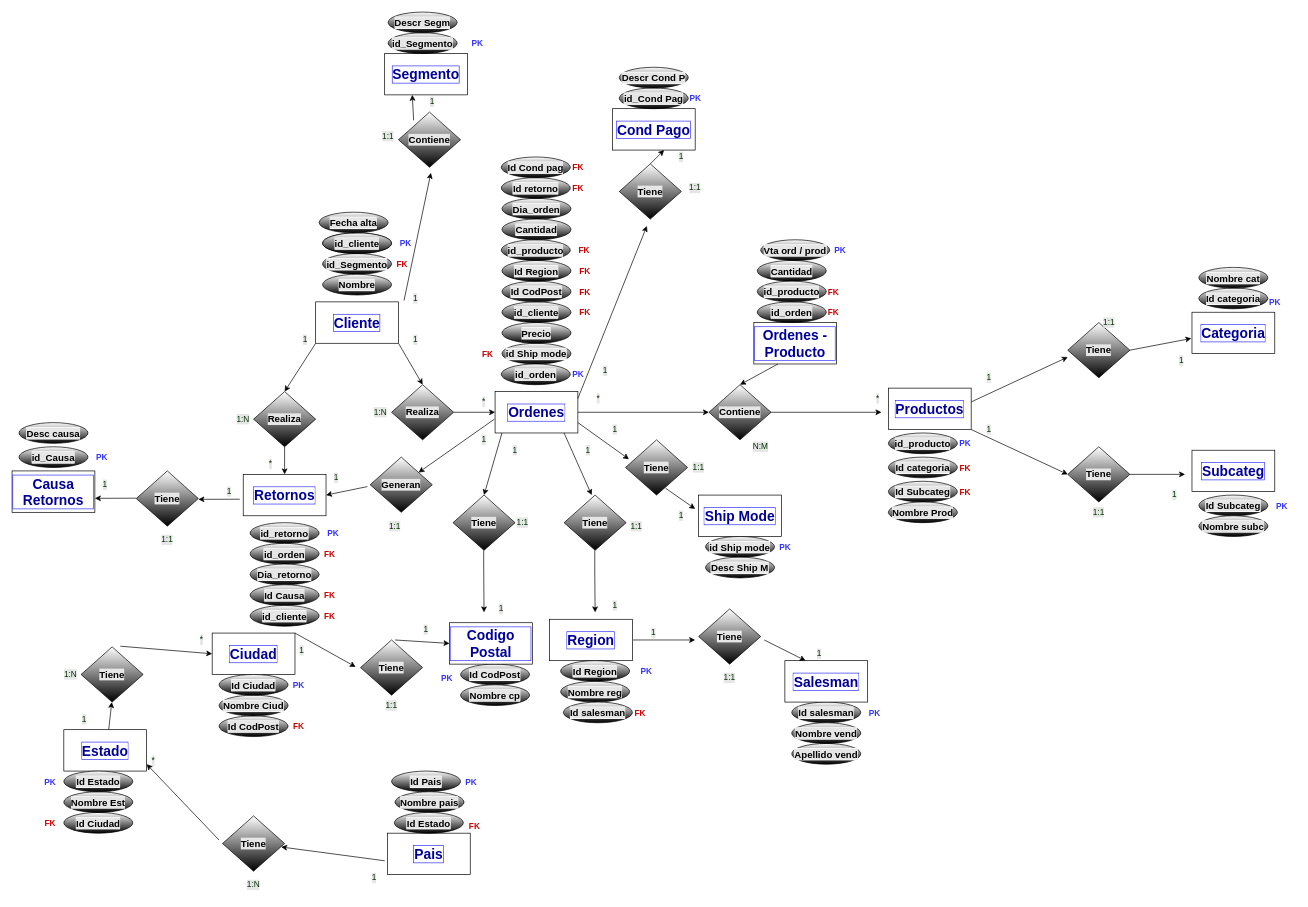
Before: DER + Diego Muro updated.drawio in DiegoGMuro/SQL-1er-Preentrega, a draw.io diagram. Source tidied: cells renumbered, new cells numbered last; positions are measured from the earlier drawing's top-left corner, leaving out a move shared by most shapes. Both pictures are drawn from the tidied source at 69%, with x=0, y=0 at pixel (12, 12).
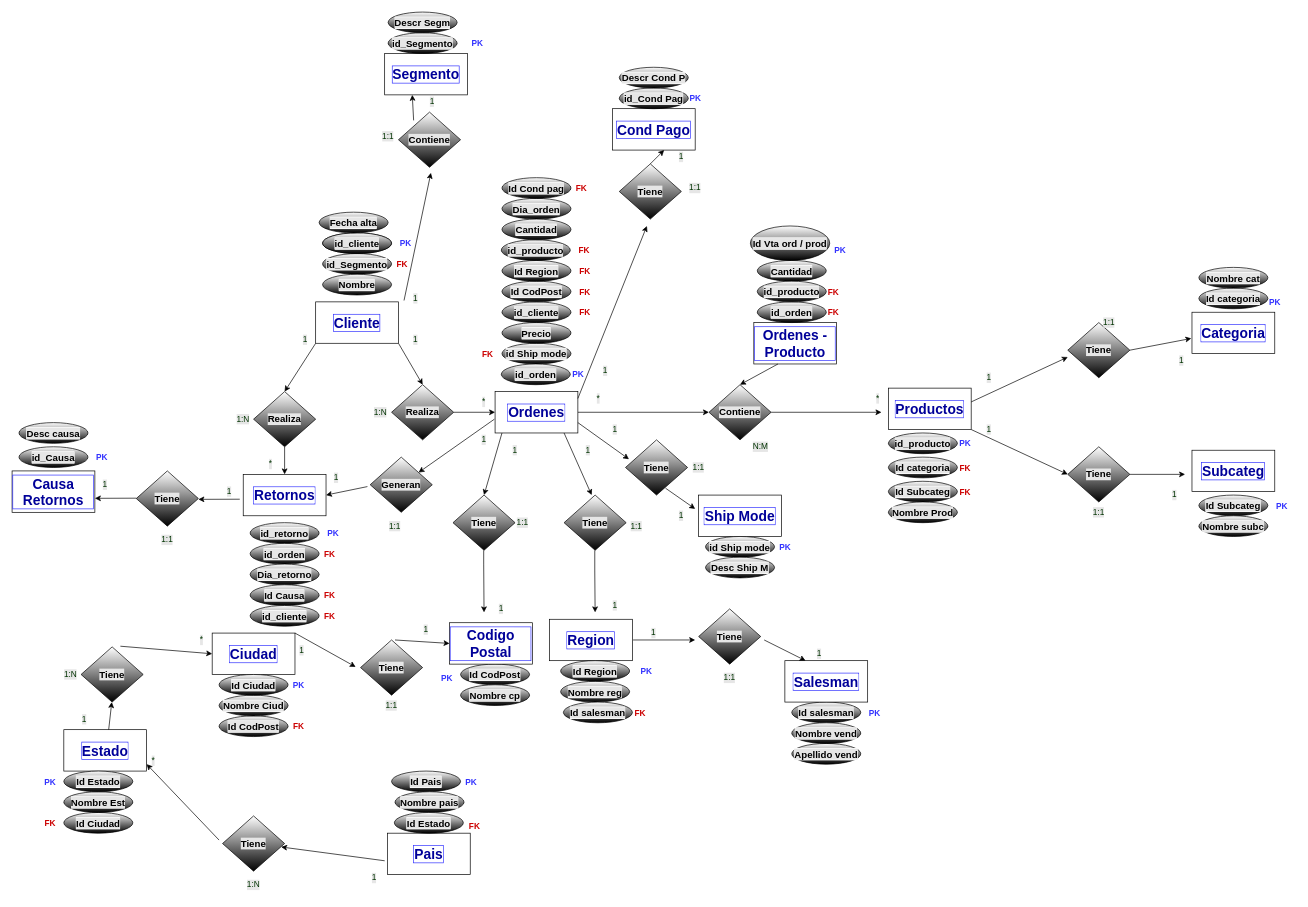
The same diagram, later.

The edit, as a diff of the source:
```diff
@@
-    <mxCell id="121" value="&lt;b&gt;&lt;font style=&quot;font-size: 14px; background-color: rgb(230, 230, 230);&quot;&gt;Id retorno&lt;/font&gt;&lt;/b&gt;" style="ellipse;whiteSpace=wrap;html=1;labelBackgroundColor=#FFFFFF;fontSize=15;fontColor=#000000;fillColor=#FFFFFF;gradientColor=default;" parent="1" vertex="1">
-      <mxGeometry x="709" y="240" width="100" height="30" as="geometry" />
-    </mxCell>
-    <mxCell id="122" value="&lt;b&gt;&lt;font color=&quot;#cc0000&quot; style=&quot;font-size: 12px;&quot;&gt;FK&lt;/font&gt;&lt;/b&gt;" style="text;html=1;align=center;verticalAlign=middle;strokeColor=none;fillColor=none;fontSize=14;fontColor=#000000;" parent="1" vertex="1">
-      <mxGeometry x="800" y="240" width="40" height="30" as="geometry" />
-    </mxCell>
     <mxCell id="123" value="&lt;b&gt;&lt;font style=&quot;font-size: 14px; background-color: rgb(230, 230, 230);&quot;&gt;Id Cond pag&lt;/font&gt;&lt;/b&gt;" style="ellipse;whiteSpace=wrap;html=1;labelBackgroundColor=#FFFFFF;fontSize=15;fontColor=#000000;fillColor=#FFFFFF;gradientColor=default;" parent="1" vertex="1">
-      <mxGeometry x="709" y="210" width="100" height="30" as="geometry" />
+      <mxGeometry x="710" y="240" width="100" height="30" as="geometry" />
     </mxCell>
     <mxCell id="124" value="&lt;b&gt;&lt;font color=&quot;#cc0000&quot; style=&quot;font-size: 12px;&quot;&gt;FK&lt;/font&gt;&lt;/b&gt;" style="text;html=1;align=center;verticalAlign=middle;strokeColor=none;fillColor=none;fontSize=14;fontColor=#000000;" parent="1" vertex="1">
-      <mxGeometry x="800" y="210" width="40" height="30" as="geometry" />
+      <mxGeometry x="805" y="240" width="40" height="30" as="geometry" />
     </mxCell>
@@
-    <mxCell id="210" value="&lt;b&gt;&lt;font style=&quot;font-size: 14px; background-color: rgb(230, 230, 230);&quot;&gt;Vta ord / prod&lt;/font&gt;&lt;/b&gt;" style="ellipse;whiteSpace=wrap;html=1;labelBackgroundColor=#FFFFFF;fontSize=15;fontColor=#000000;fillColor=#FFFFFF;gradientColor=default;" parent="1" vertex="1">
-      <mxGeometry x="1085" y="330" width="100" height="30" as="geometry" />
+    <mxCell id="210" value="&lt;b&gt;&lt;font style=&quot;font-size: 14px; background-color: rgb(230, 230, 230);&quot;&gt;Id Vta ord / prod&lt;/font&gt;&lt;/b&gt;" style="ellipse;whiteSpace=wrap;html=1;labelBackgroundColor=#FFFFFF;fontSize=15;fontColor=#000000;fillColor=#FFFFFF;gradientColor=default;" parent="1" vertex="1">
+      <mxGeometry x="1070" y="310" width="115" height="50" as="geometry" />
     </mxCell>
```
